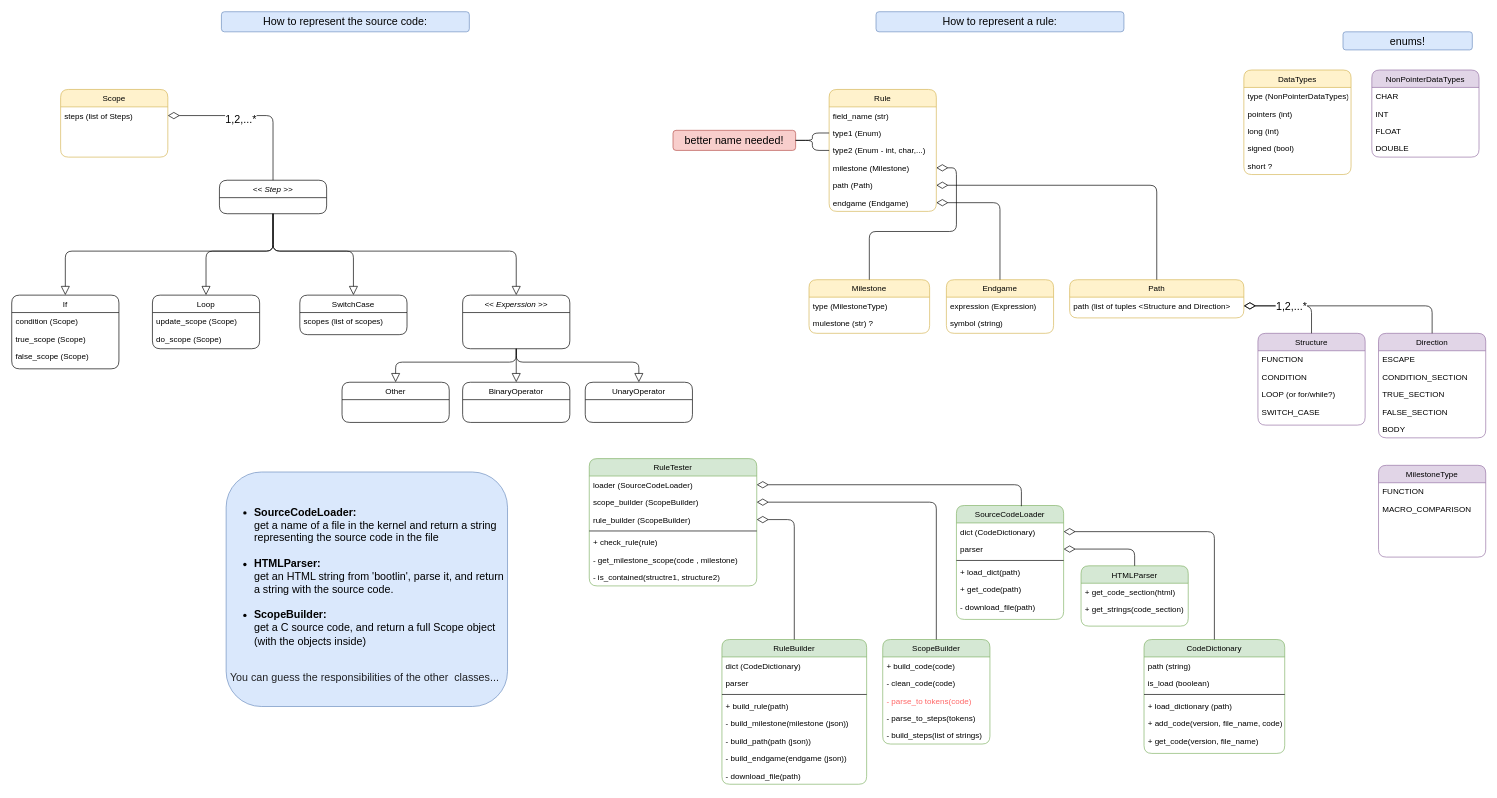
This is Untitled Diagram.drawio from zivnaim/simon, a draw.io file, before an edit. Source tidied: cells renumbered, new cells numbered last; positions are measured from the earlier drawing's top-left corner, leaving out a move shared by most shapes. Both pictures are drawn from the tidied source at 67%, with x=0, y=0 at pixel (11, 11).
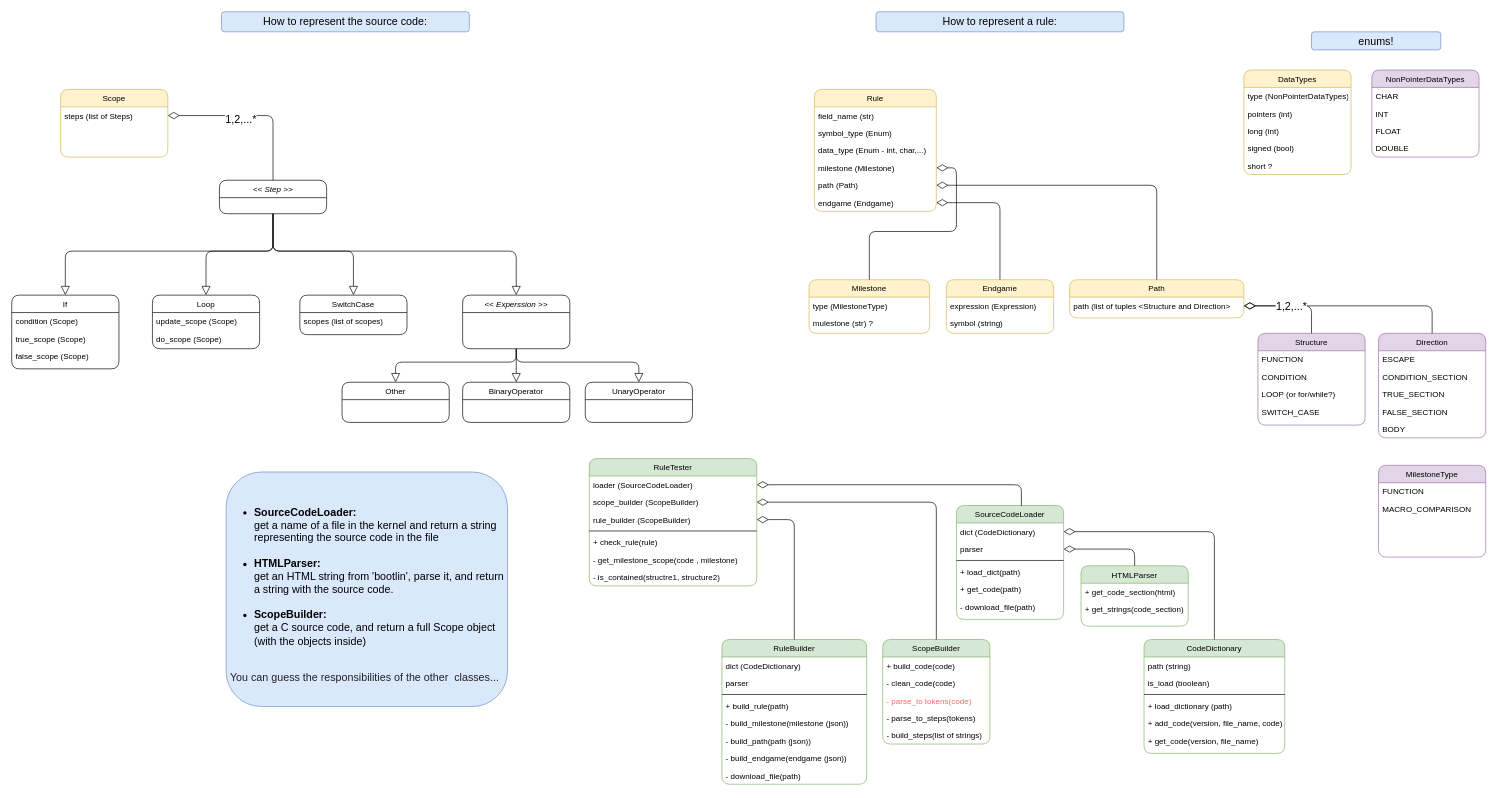
The same diagram, later.

What changed in the source:
```diff
@@
     <mxCell id="32" value="Rule" style="swimlane;fontStyle=0;align=center;verticalAlign=top;horizontal=1;startSize=26;rounded=1;shadow=0;strokeWidth=1;fillColor=#fff2cc;strokeColor=#d6b656;" parent="1" vertex="1">
-      <mxGeometry x="1220" y="116" width="160" height="182" as="geometry" />
+      <mxGeometry x="1198" y="116" width="182" height="182" as="geometry" />
     </mxCell>
     <mxCell id="33" value="field_name (str)" style="text;align=left;verticalAlign=top;spacingLeft=4;spacingRight=4;overflow=hidden;rounded=1;" parent="32" vertex="1">
-      <mxGeometry y="26" width="160" height="26" as="geometry" />
+      <mxGeometry y="26" width="182" height="26" as="geometry" />
     </mxCell>
-    <mxCell id="34" value="type1 (Enum)" style="text;align=left;verticalAlign=top;spacingLeft=4;spacingRight=4;overflow=hidden;points=[[0,0.5],[1,0.5]];portConstraint=eastwest;rounded=1;" parent="32" vertex="1">
-      <mxGeometry y="52" width="160" height="26" as="geometry" />
+    <mxCell id="34" value="symbol_type (Enum)" style="text;align=left;verticalAlign=top;spacingLeft=4;spacingRight=4;overflow=hidden;points=[[0,0.5],[1,0.5]];portConstraint=eastwest;rounded=1;" parent="32" vertex="1">
+      <mxGeometry y="52" width="182" height="26" as="geometry" />
     </mxCell>
-    <mxCell id="35" value="type2 (Enum - int, char,...)" style="text;align=left;verticalAlign=top;spacingLeft=4;spacingRight=4;overflow=hidden;points=[[0,0.5],[1,0.5]];portConstraint=eastwest;rounded=1;" parent="32" vertex="1">
-      <mxGeometry y="78" width="160" height="26" as="geometry" />
+    <mxCell id="35" value="data_type (Enum - int, char,...)" style="text;align=left;verticalAlign=top;spacingLeft=4;spacingRight=4;overflow=hidden;points=[[0,0.5],[1,0.5]];portConstraint=eastwest;rounded=1;" parent="32" vertex="1">
+      <mxGeometry y="78" width="182" height="26" as="geometry" />
     </mxCell>
     <mxCell id="36" value="milestone (Milestone)" style="text;align=left;verticalAlign=top;spacingLeft=4;spacingRight=4;overflow=hidden;points=[[0,0.5],[1,0.5]];portConstraint=eastwest;rounded=1;" parent="32" vertex="1">
-      <mxGeometry y="104" width="160" height="26" as="geometry" />
+      <mxGeometry y="104" width="182" height="26" as="geometry" />
     </mxCell>
     <mxCell id="37" value="path (Path)" style="text;align=left;verticalAlign=top;spacingLeft=4;spacingRight=4;overflow=hidden;points=[[0,0.5],[1,0.5]];portConstraint=eastwest;rounded=1;shadow=0;html=0;" parent="32" vertex="1">
-      <mxGeometry y="130" width="160" height="26" as="geometry" />
+      <mxGeometry y="130" width="182" height="26" as="geometry" />
     </mxCell>
     <mxCell id="38" value="endgame (Endgame)" style="text;align=left;verticalAlign=top;spacingLeft=4;spacingRight=4;overflow=hidden;points=[[0,0.5],[1,0.5]];portConstraint=eastwest;rounded=1;shadow=0;html=0;" parent="32" vertex="1">
-      <mxGeometry y="156" width="160" height="26" as="geometry" />
+      <mxGeometry y="156" width="182" height="26" as="geometry" />
     </mxCell>
@@
-    <mxCell id="93" value="better name needed!" style="text;html=1;strokeColor=#b85450;fillColor=#f8cecc;align=center;verticalAlign=middle;whiteSpace=wrap;rounded=1;fontSize=16;" parent="1" vertex="1">
-      <mxGeometry x="987" y="177" width="183" height="30" as="geometry" />
-    </mxCell>
-    <mxCell id="94" style="edgeStyle=orthogonalEdgeStyle;rounded=1;jettySize=auto;html=1;exitX=0;exitY=0.5;exitDx=0;exitDy=0;entryX=1;entryY=0.5;entryDx=0;entryDy=0;startArrow=none;startFill=0;endArrow=none;endFill=0;startSize=15;strokeColor=default;" parent="1" edge="1" source="34" target="93">
-      <mxGeometry relative="1" as="geometry" />
-    </mxCell>
-    <mxCell id="95" style="edgeStyle=orthogonalEdgeStyle;rounded=1;jettySize=auto;html=1;exitX=0;exitY=0.5;exitDx=0;exitDy=0;entryX=1;entryY=0.5;entryDx=0;entryDy=0;startArrow=none;startFill=0;endArrow=none;endFill=0;startSize=15;strokeColor=default;" parent="1" edge="1" source="35" target="93">
-      <mxGeometry relative="1" as="geometry" />
-    </mxCell>
     <mxCell id="96" value="enums!" style="text;html=1;strokeColor=#6c8ebf;fillColor=#dae8fc;align=center;verticalAlign=middle;whiteSpace=wrap;rounded=1;fontSize=16;" parent="1" vertex="1">
-      <mxGeometry x="1987" y="30" width="193" height="27" as="geometry" />
+      <mxGeometry x="1940" y="30" width="193" height="27" as="geometry" />
     </mxCell>
```
